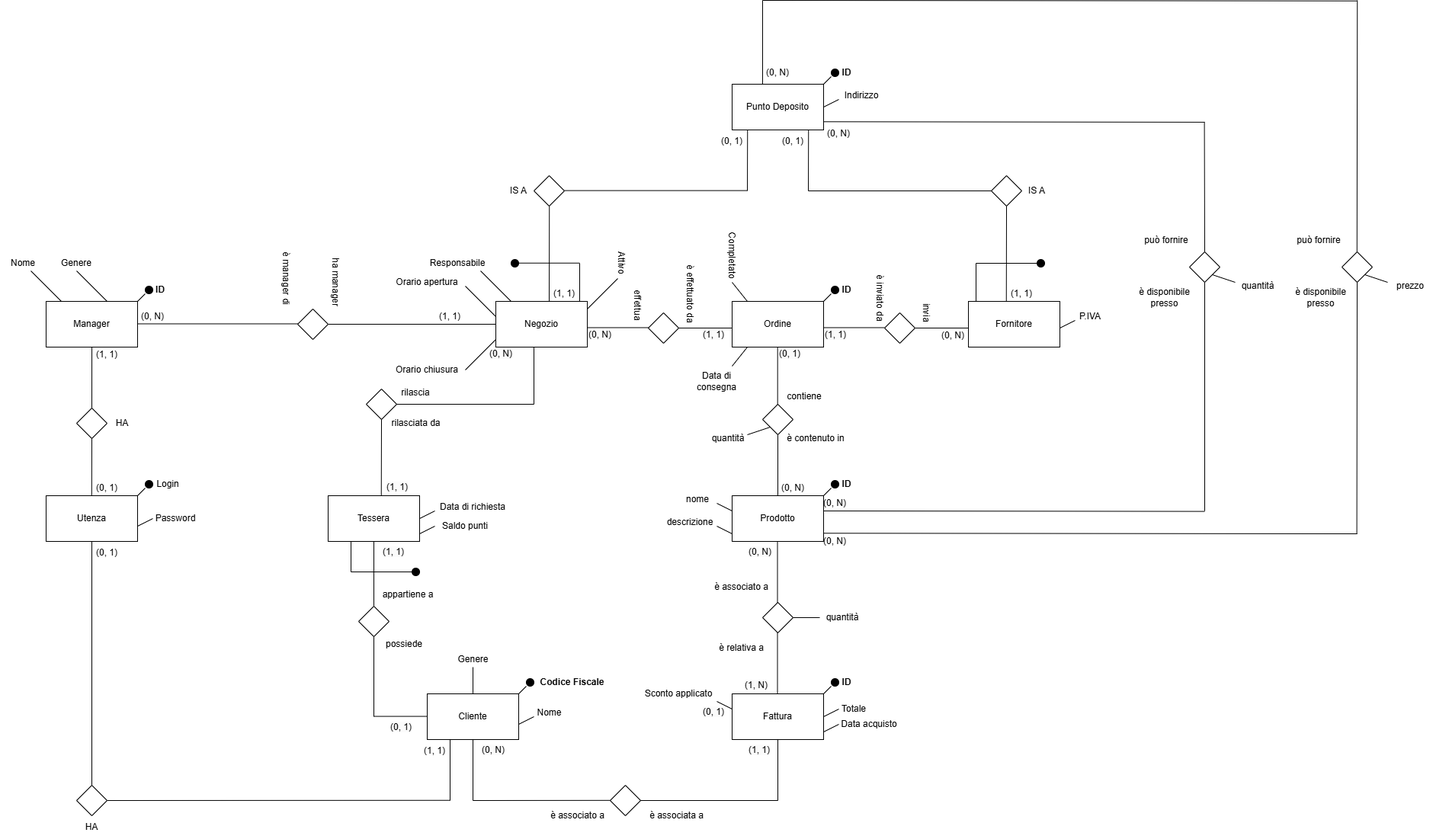
Earlier version of the draw.io export docs/diagrams/schema_er_v2.png (Casne99/DB-Project). Source tidied: cells renumbered, new cells last; positions are measured from the earlier drawing's top-left corner, leaving out a move shared by most shapes.
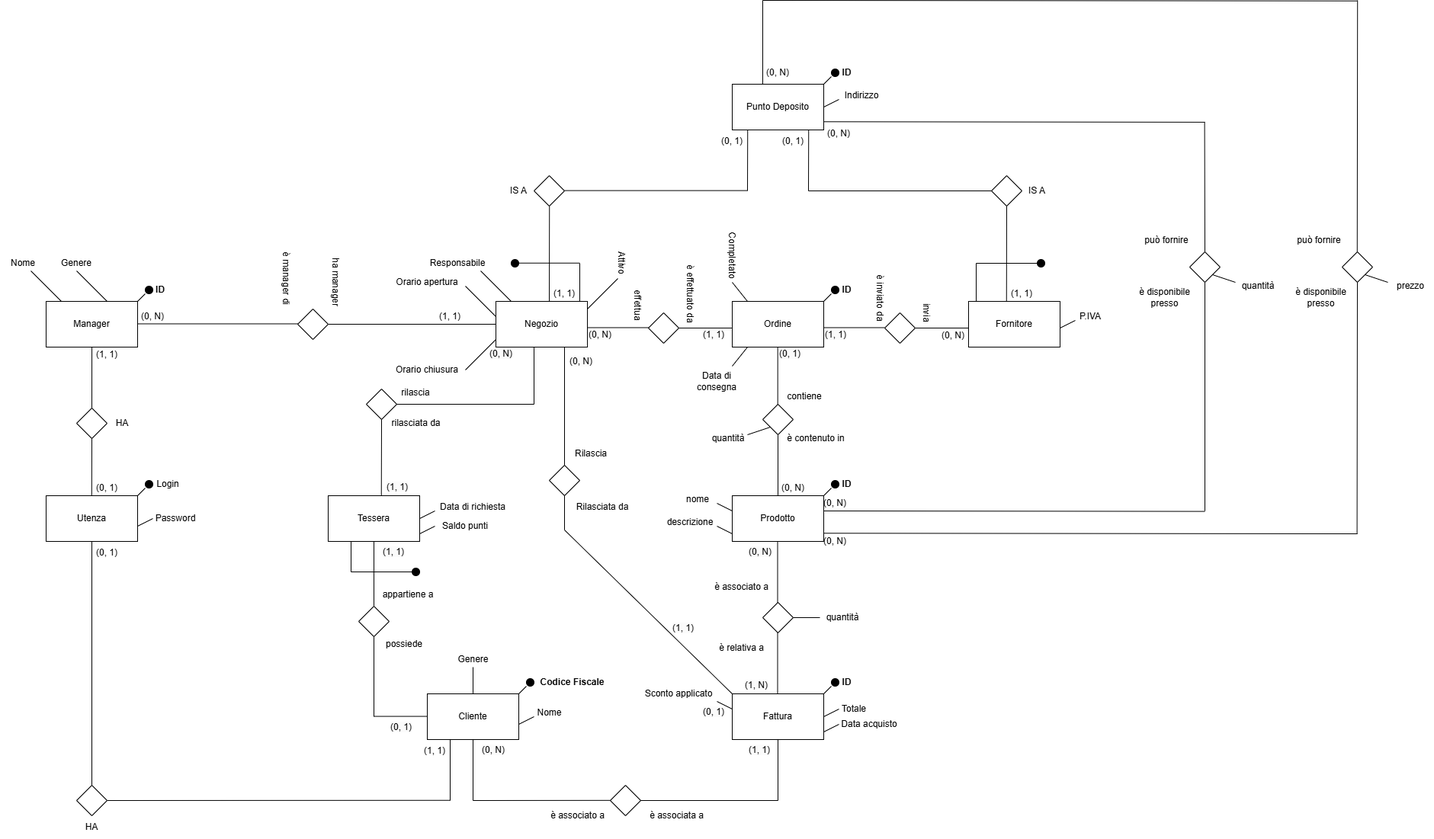
The same file after the commit.

Diff of the diagram source:
```diff
@@ -813,5 +813,36 @@
     <mxCell id="198" value="Attivo" style="text;html=1;align=center;verticalAlign=middle;whiteSpace=wrap;rounded=0;rotation=90;" parent="1" vertex="1">
       <mxGeometry x="785" y="330" width="60" height="30" as="geometry" />
     </mxCell>
+    <mxCell id="199" style="endArrow=none;html=1;rounded=0;" parent="1" edge="1">
+      <mxGeometry relative="1" as="geometry">
+        <mxPoint x="960" y="910" as="sourcePoint" />
+        <mxPoint x="740" y="695" as="targetPoint" />
+      </mxGeometry>
+    </mxCell>
+    <mxCell id="200" style="rhombus;whiteSpace=wrap;html=1;" parent="1" vertex="1">
+      <mxGeometry x="720" y="610" width="40" height="40" as="geometry" />
+    </mxCell>
+    <mxCell id="201" style="endArrow=none;html=1;rounded=0;entryX=0.5;entryY=1;entryDx=0;entryDy=0;" parent="1" edge="1" target="200">
+      <mxGeometry relative="1" as="geometry">
+        <mxPoint x="740" y="695" as="sourcePoint" />
+      </mxGeometry>
+    </mxCell>
+    <mxCell id="202" style="endArrow=none;html=1;rounded=0;entryX=0.75;entryY=1;entryDx=0;entryDy=0;" parent="1" edge="1" target="56">
+      <mxGeometry relative="1" as="geometry">
+        <mxPoint x="740" y="610" as="sourcePoint" />
+      </mxGeometry>
+    </mxCell>
+    <mxCell id="203" value="Rilascia" style="text;html=1;align=center;verticalAlign=middle;whiteSpace=wrap;rounded=0;" parent="1" vertex="1">
+      <mxGeometry x="750" y="585" width="50" height="20" as="geometry" />
+    </mxCell>
+    <mxCell id="204" value="Rilasciata da" style="text;html=1;align=center;verticalAlign=middle;whiteSpace=wrap;rounded=0;" parent="1" vertex="1">
+      <mxGeometry x="750" y="655" width="80" height="20" as="geometry" />
+    </mxCell>
+    <mxCell id="205" value="&lt;span style=&quot;color: rgb(0, 0, 0); font-family: Helvetica; font-size: 12px; font-style: normal; font-variant-ligatures: normal; font-variant-caps: normal; font-weight: 400; letter-spacing: normal; orphans: 2; text-align: center; text-indent: 0px; text-transform: none; widows: 2; word-spacing: 0px; -webkit-text-stroke-width: 0px; white-space: normal; background-color: rgb(251, 251, 251); text-decoration-thickness: initial; text-decoration-style: initial; text-decoration-color: initial; display: inline !important; float: none;&quot;&gt;(0, N)&lt;/span&gt;" style="text;whiteSpace=wrap;html=1;" parent="1" vertex="1">
+      <mxGeometry x="745" y="460" width="60" height="40" as="geometry" />
+    </mxCell>
+    <mxCell id="206" value="&lt;span style=&quot;color: rgb(0, 0, 0); font-family: Helvetica; font-size: 12px; font-style: normal; font-variant-ligatures: normal; font-variant-caps: normal; font-weight: 400; letter-spacing: normal; orphans: 2; text-align: center; text-indent: 0px; text-transform: none; widows: 2; word-spacing: 0px; -webkit-text-stroke-width: 0px; white-space: normal; background-color: rgb(251, 251, 251); text-decoration-thickness: initial; text-decoration-style: initial; text-decoration-color: initial; display: inline !important; float: none;&quot;&gt;(1, 1)&lt;/span&gt;" style="text;whiteSpace=wrap;html=1;" parent="1" vertex="1">
+      <mxGeometry x="880" y="810" width="60" height="40" as="geometry" />
+    </mxCell>
   </root>
 </mxGraphModel>
```
